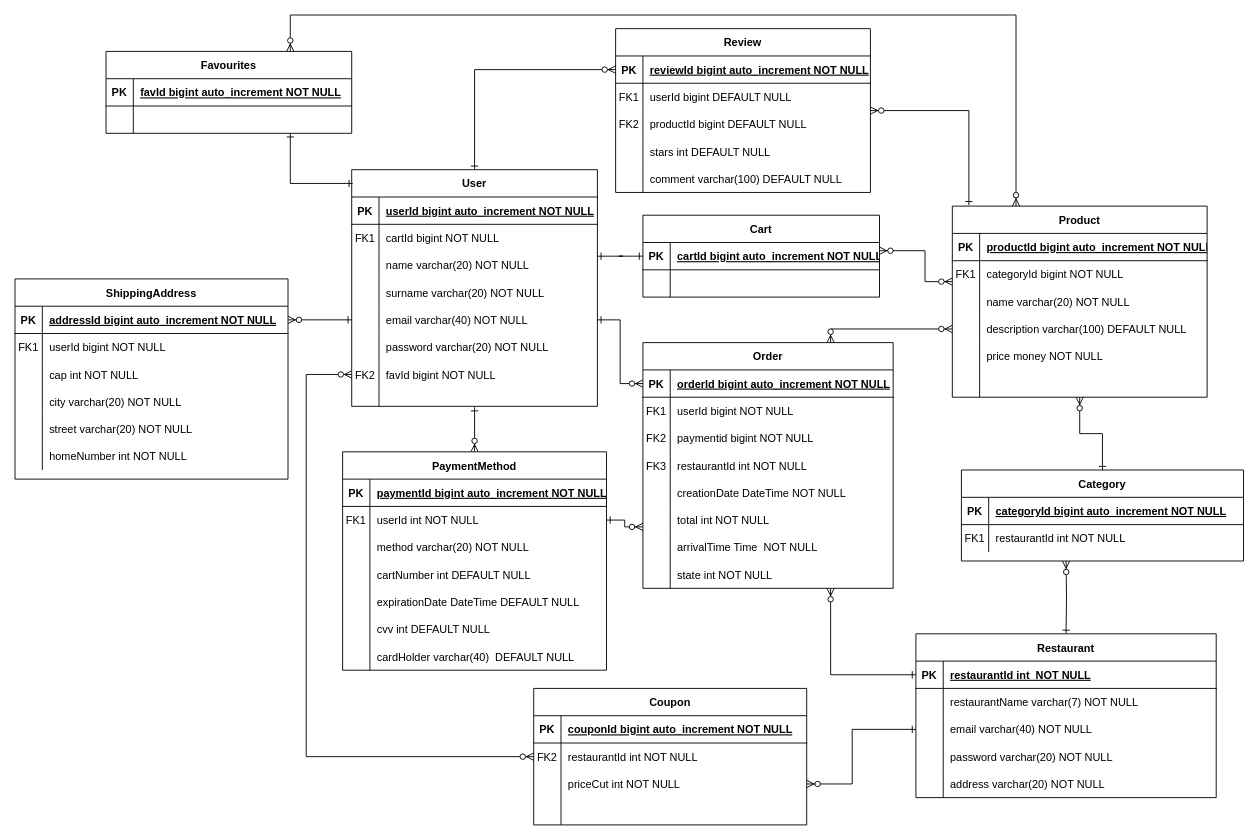
Flacaro/TasteIt keeps this draw.io diagram as documentazione/Diagrammi/Er(1).drawio. Above is the earlier version. Source tidied: cells renumbered, new cells numbered last; positions are measured from the earlier drawing's top-left corner, leaving out a move shared by most shapes. Both pictures are drawn from the tidied source at 91%, with x=0, y=0 at pixel (15, 15).
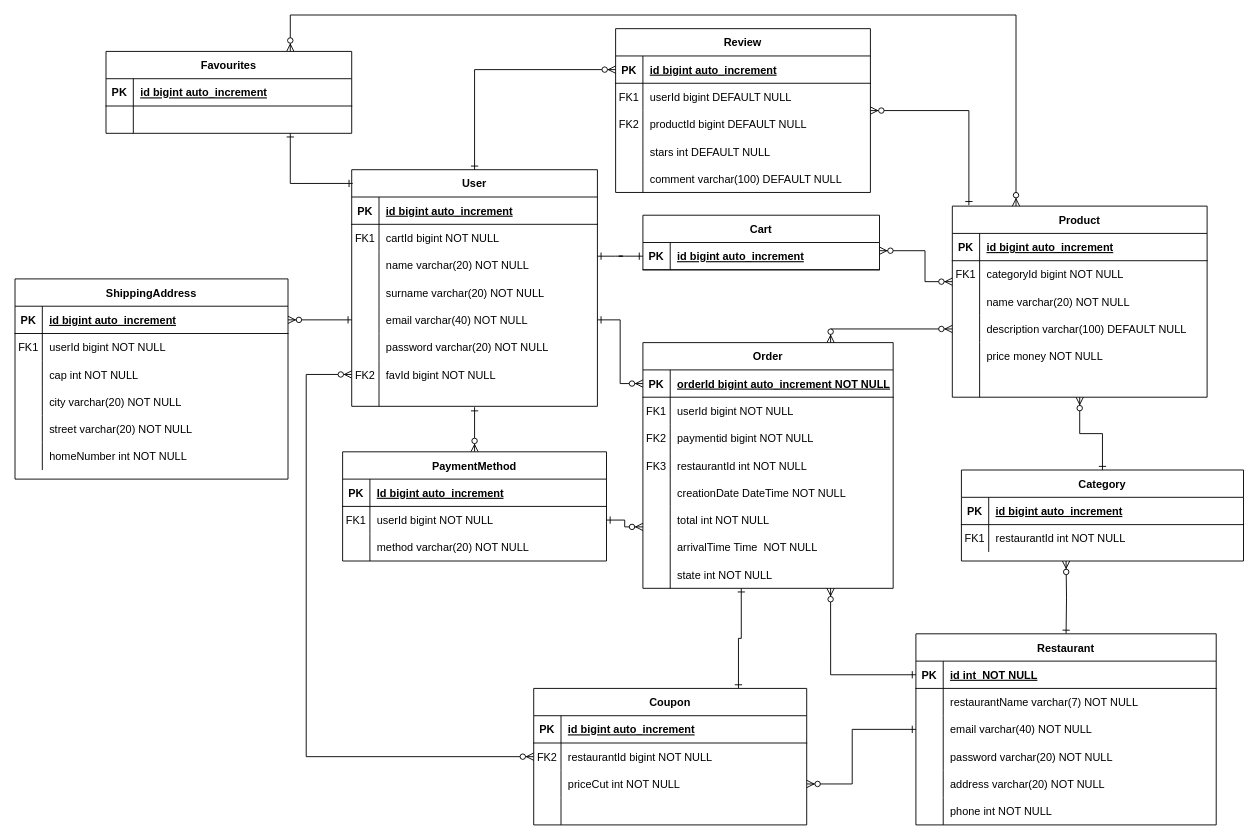
The same diagram, later.

Commit message (it also covers changes not shown here):
file database fixato

Unchanged cells that the change refers to:
```xml
<mxCell id="4" style="shape=partialRectangle;fillColor=none;top=0;left=0;right=0;bottom=1;" parent="3" vertex="1">
  <mxGeometry y="30" width="270" height="30" as="geometry" />
</mxCell>
<mxCell id="29" style="shape=partialRectangle;fillColor=none;points=[[0,0.5],[1,0.5]];portConstraint=eastwest;top=0;left=0;right=0;bottom=1;" parent="28" vertex="1">
  <mxGeometry y="30" width="260" height="30" as="geometry" />
</mxCell>
<mxCell id="37" style="shape=partialRectangle;fillColor=none;top=0;left=0;bottom=1;right=0;" parent="36" vertex="1">
  <mxGeometry y="30" width="290" height="30" as="geometry" />
</mxCell>
<mxCell id="40" style="shape=partialRectangle;fillColor=none;top=0;left=0;bottom=0;right=0;points=[[0,0.5],[1,0.5]];portConstraint=eastwest;" parent="36" vertex="1">
  <mxGeometry y="60" width="290" height="30" as="geometry" />
</mxCell>
<mxCell id="82" style="shape=partialRectangle;fillColor=none;top=0;left=0;bottom=0;right=0;points=[[0,0.5],[1,0.5]];portConstraint=eastwest;" parent="60" vertex="1">
  <mxGeometry y="240" width="275" height="30" as="geometry" />
</mxCell>
<mxCell id="88" style="shape=partialRectangle;fillColor=none;top=0;left=0;bottom=1;right=0;" parent="87" vertex="1">
  <mxGeometry y="30" width="280" height="30" as="geometry" />
</mxCell>
<mxCell id="110" style="shape=partialRectangle;fillColor=none;top=0;left=0;bottom=1;right=0;" parent="109" vertex="1">
  <mxGeometry y="30" width="310" height="30" as="geometry" />
</mxCell>
<mxCell id="117" style="shape=partialRectangle;fillColor=none;top=0;left=0;bottom=1;right=0;points=[[0,0.5],[1,0.5]];portConstraint=eastwest;" parent="116" vertex="1">
  <mxGeometry y="30" width="330" height="30" as="geometry" />
</mxCell>
<mxCell id="132" value="Coupon" style="shape=table;startSize=30;childLayout=tableLayout;rowLines=0;fontStyle=1;align=center;" parent="1" vertex="1">
  <mxGeometry x="570" y="740" width="300" height="150" as="geometry" />
</mxCell>
<mxCell id="133" style="shape=partialRectangle;fillColor=none;top=0;left=0;bottom=1;right=0;" parent="132" vertex="1">
  <mxGeometry y="30" width="300" height="30" as="geometry" />
</mxCell>
<mxCell id="136" style="shape=partialRectangle;fillColor=none;top=0;left=0;bottom=0;right=0;points=[[0,0.5],[1,0.5]];portConstraint=eastwest;" parent="132" vertex="1">
  <mxGeometry y="60" width="300" height="30" as="geometry" />
</mxCell>
<mxCell id="148" style="shape=partialRectangle;fillColor=none;top=0;left=0;bottom=1;right=0;points=[[0,0.5],[1,0.5]];portConstraint=eastwest;" parent="147" vertex="1">
  <mxGeometry y="30" width="300" height="30" as="geometry" />
</mxCell>
<mxCell id="170" style="shape=partialRectangle;fillColor=none;top=0;left=0;bottom=1;right=0;" parent="169" vertex="1">
  <mxGeometry y="30" width="270" height="30" as="geometry" />
</mxCell>
<mxCell id="178" style="shape=partialRectangle;fillColor=none;points=[[0,0.5],[1,0.5]];portConstraint=eastwest;top=0;left=0;right=0;bottom=1;" parent="177" vertex="1">
  <mxGeometry y="30" width="280" height="30" as="geometry" />
</mxCell>
```

What changed in the source:
```diff
@@
-    <mxCell id="6" value="userId bigint auto_increment NOT NULL " style="shape=partialRectangle;overflow=hidden;fillColor=none;top=0;left=0;bottom=0;right=0;align=left;spacingLeft=6;fontStyle=5;" parent="4" vertex="1">
+    <mxCell id="6" value="id bigint auto_increment " style="shape=partialRectangle;overflow=hidden;fillColor=none;top=0;left=0;bottom=0;right=0;align=left;spacingLeft=6;fontStyle=5;" parent="4" vertex="1">
       <mxGeometry x="30" width="240" height="30" as="geometry" />
     </mxCell>
@@
     <mxCell id="28" value="Cart" style="shape=table;startSize=30;childLayout=tableLayout;rowLines=0;fontStyle=1;align=center;" parent="1" vertex="1">
-      <mxGeometry x="690" y="220" width="260" height="90" as="geometry" />
+      <mxGeometry x="690" y="220" width="260" height="60" as="geometry" />
     </mxCell>
@@
-    <mxCell id="31" value="cartId bigint auto_increment NOT NULL" style="shape=partialRectangle;overflow=hidden;fillColor=none;top=0;left=0;bottom=0;right=0;align=left;spacingLeft=6;fontStyle=5;" parent="29" vertex="1">
+    <mxCell id="31" value="id bigint auto_increment" style="shape=partialRectangle;overflow=hidden;fillColor=none;top=0;left=0;bottom=0;right=0;align=left;spacingLeft=6;fontStyle=5;" parent="29" vertex="1">
       <mxGeometry x="30" width="230" height="30" as="geometry" />
     </mxCell>
-    <mxCell id="32" style="shape=partialRectangle;fillColor=none;top=0;left=0;right=0;bottom=0;" parent="28" vertex="1">
-      <mxGeometry y="60" width="260" height="30" as="geometry" />
-    </mxCell>
-    <mxCell id="33" style="shape=partialRectangle;overflow=hidden;fillColor=none;top=0;left=0;bottom=0;right=0;" parent="32" vertex="1">
-      <mxGeometry width="30" height="30" as="geometry" />
-    </mxCell>
-    <mxCell id="34" style="shape=partialRectangle;overflow=hidden;fillColor=none;top=0;left=0;bottom=0;right=0;align=left;spacingLeft=6;" parent="32" vertex="1">
-      <mxGeometry x="30" width="230" height="30" as="geometry" />
-    </mxCell>
@@
     <mxCell id="36" value="PaymentMethod" style="shape=table;startSize=30;childLayout=tableLayout;rowLines=0;fontStyle=1;align=center;" parent="1" vertex="1">
-      <mxGeometry x="360" y="480" width="290" height="240" as="geometry" />
+      <mxGeometry x="360" y="480" width="290" height="120" as="geometry" />
     </mxCell>
@@
-    <mxCell id="39" value="paymentId bigint auto_increment NOT NULL" style="shape=partialRectangle;fillColor=none;top=0;left=0;bottom=0;right=0;align=left;spacingLeft=6;fontStyle=5;overflow=hidden;" parent="37" vertex="1">
+    <mxCell id="39" value="Id bigint auto_increment" style="shape=partialRectangle;fillColor=none;top=0;left=0;bottom=0;right=0;align=left;spacingLeft=6;fontStyle=5;overflow=hidden;" parent="37" vertex="1">
       <mxGeometry x="30" width="260" height="30" as="geometry" />
     </mxCell>
@@
-    <mxCell id="42" value="userId int NOT NULL" style="shape=partialRectangle;fillColor=none;top=0;left=0;bottom=0;right=0;align=left;spacingLeft=6;overflow=hidden;" parent="40" vertex="1">
+    <mxCell id="42" value="userId bigint NOT NULL" style="shape=partialRectangle;fillColor=none;top=0;left=0;bottom=0;right=0;align=left;spacingLeft=6;overflow=hidden;" parent="40" vertex="1">
       <mxGeometry x="30" width="260" height="30" as="geometry" />
     </mxCell>
@@
-    <mxCell id="46" style="shape=partialRectangle;fillColor=none;top=0;left=0;bottom=0;right=0;" parent="36" vertex="1">
-      <mxGeometry y="120" width="290" height="30" as="geometry" />
-    </mxCell>
-    <mxCell id="47" style="shape=partialRectangle;fillColor=none;top=0;left=0;bottom=0;right=0;overflow=hidden;" parent="46" vertex="1">
-      <mxGeometry width="30" height="30" as="geometry" />
-    </mxCell>
-    <mxCell id="48" value="cartNumber int DEFAULT NULL" style="shape=partialRectangle;fillColor=none;top=0;left=0;bottom=0;right=0;align=left;spacingLeft=6;overflow=hidden;" parent="46" vertex="1">
-      <mxGeometry x="30" width="260" height="30" as="geometry" />
-    </mxCell>
-    <mxCell id="49" style="shape=partialRectangle;fillColor=none;top=0;left=0;bottom=0;right=0;" parent="36" vertex="1">
-      <mxGeometry y="150" width="290" height="30" as="geometry" />
-    </mxCell>
-    <mxCell id="50" style="shape=partialRectangle;fillColor=none;top=0;left=0;bottom=0;right=0;overflow=hidden;" parent="49" vertex="1">
-      <mxGeometry width="30" height="30" as="geometry" />
-    </mxCell>
-    <mxCell id="51" value="expirationDate DateTime DEFAULT NULL" style="shape=partialRectangle;fillColor=none;top=0;left=0;bottom=0;right=0;align=left;spacingLeft=6;overflow=hidden;" parent="49" vertex="1">
-      <mxGeometry x="30" width="260" height="30" as="geometry" />
-    </mxCell>
-    <mxCell id="52" style="shape=partialRectangle;fillColor=none;top=0;left=0;bottom=0;right=0;" parent="36" vertex="1">
-      <mxGeometry y="180" width="290" height="30" as="geometry" />
-    </mxCell>
-    <mxCell id="53" style="shape=partialRectangle;fillColor=none;top=0;left=0;bottom=0;right=0;overflow=hidden;" parent="52" vertex="1">
-      <mxGeometry width="30" height="30" as="geometry" />
-    </mxCell>
-    <mxCell id="54" value="cvv int DEFAULT NULL" style="shape=partialRectangle;fillColor=none;top=0;left=0;bottom=0;right=0;align=left;spacingLeft=6;overflow=hidden;" parent="52" vertex="1">
-      <mxGeometry x="30" width="260" height="30" as="geometry" />
-    </mxCell>
-    <mxCell id="55" style="shape=partialRectangle;fillColor=none;top=0;left=0;bottom=0;right=0;" parent="36" vertex="1">
-      <mxGeometry y="210" width="290" height="30" as="geometry" />
-    </mxCell>
-    <mxCell id="56" style="shape=partialRectangle;fillColor=none;top=0;left=0;bottom=0;right=0;overflow=hidden;" parent="55" vertex="1">
-      <mxGeometry width="30" height="30" as="geometry" />
-    </mxCell>
-    <mxCell id="57" value="cardHolder varchar(40)  DEFAULT NULL" style="shape=partialRectangle;fillColor=none;top=0;left=0;bottom=0;right=0;align=left;spacingLeft=6;overflow=hidden;" parent="55" vertex="1">
-      <mxGeometry x="30" width="260" height="30" as="geometry" />
-    </mxCell>
@@
-    <mxCell id="90" value="productId bigint auto_increment NOT NULL" style="shape=partialRectangle;fillColor=none;top=0;left=0;bottom=0;right=0;align=left;spacingLeft=6;fontStyle=5;overflow=hidden;" parent="88" vertex="1">
+    <mxCell id="90" value="id bigint auto_increment" style="shape=partialRectangle;fillColor=none;top=0;left=0;bottom=0;right=0;align=left;spacingLeft=6;fontStyle=5;overflow=hidden;" parent="88" vertex="1">
       <mxGeometry x="30" width="250" height="30" as="geometry" />
     </mxCell>
@@
-    <mxCell id="112" value="categoryId bigint auto_increment NOT NULL" style="shape=partialRectangle;fillColor=none;top=0;left=0;bottom=0;right=0;align=left;spacingLeft=6;fontStyle=5;overflow=hidden;" parent="110" vertex="1">
+    <mxCell id="112" value="id bigint auto_increment" style="shape=partialRectangle;fillColor=none;top=0;left=0;bottom=0;right=0;align=left;spacingLeft=6;fontStyle=5;overflow=hidden;" parent="110" vertex="1">
       <mxGeometry x="30" width="280" height="30" as="geometry" />
     </mxCell>
@@
     <mxCell id="116" value="Restaurant" style="shape=table;startSize=30;childLayout=tableLayout;rowLines=0;fontStyle=1;align=center;" parent="1" vertex="1">
-      <mxGeometry x="990" y="680" width="330" height="180" as="geometry" />
+      <mxGeometry x="990" y="680" width="330" height="210" as="geometry" />
     </mxCell>
@@
-    <mxCell id="119" value="restaurantId int  NOT NULL" style="shape=partialRectangle;fillColor=none;top=0;left=0;bottom=0;right=0;align=left;spacingLeft=6;fontStyle=5;overflow=hidden;" parent="117" vertex="1">
+    <mxCell id="119" value="id int  NOT NULL" style="shape=partialRectangle;fillColor=none;top=0;left=0;bottom=0;right=0;align=left;spacingLeft=6;fontStyle=5;overflow=hidden;" parent="117" vertex="1">
       <mxGeometry x="30" width="300" height="30" as="geometry" />
     </mxCell>
@@
+    <mxCell id="194" style="shape=partialRectangle;fillColor=none;top=0;left=0;bottom=0;right=0;" parent="116" vertex="1">
+      <mxGeometry y="180" width="330" height="30" as="geometry" />
+    </mxCell>
+    <mxCell id="195" style="shape=partialRectangle;fillColor=none;top=0;left=0;bottom=0;right=0;overflow=hidden;" parent="194" vertex="1">
+      <mxGeometry width="30" height="30" as="geometry" />
+    </mxCell>
+    <mxCell id="196" value="phone int NOT NULL" style="shape=partialRectangle;fillColor=none;top=0;left=0;bottom=0;right=0;align=left;spacingLeft=6;overflow=hidden;" parent="194" vertex="1">
+      <mxGeometry x="30" width="300" height="30" as="geometry" />
+    </mxCell>
+    <mxCell id="197" style="edgeStyle=orthogonalEdgeStyle;rounded=0;jettySize=auto;html=1;exitX=0.75;exitY=0;exitDx=0;exitDy=0;entryX=0.393;entryY=1;entryDx=0;entryDy=0;entryPerimeter=0;startArrow=ERone;startFill=0;endArrow=ERone;endFill=0;" parent="1" edge="1" source="132" target="82">
+      <mxGeometry relative="1" as="geometry" />
+    </mxCell>
@@
-    <mxCell id="135" value="couponId bigint auto_increment NOT NULL" style="shape=partialRectangle;fillColor=none;top=0;left=0;bottom=0;right=0;align=left;spacingLeft=6;fontStyle=5;overflow=hidden;" parent="133" vertex="1">
+    <mxCell id="135" value="id bigint auto_increment" style="shape=partialRectangle;fillColor=none;top=0;left=0;bottom=0;right=0;align=left;spacingLeft=6;fontStyle=5;overflow=hidden;" parent="133" vertex="1">
       <mxGeometry x="30" width="270" height="30" as="geometry" />
     </mxCell>
@@
-    <mxCell id="138" value="restaurantId int NOT NULL" style="shape=partialRectangle;fillColor=none;top=0;left=0;bottom=0;right=0;align=left;spacingLeft=6;overflow=hidden;" parent="136" vertex="1">
+    <mxCell id="138" value="restaurantId bigint NOT NULL" style="shape=partialRectangle;fillColor=none;top=0;left=0;bottom=0;right=0;align=left;spacingLeft=6;overflow=hidden;" parent="136" vertex="1">
       <mxGeometry x="30" width="270" height="30" as="geometry" />
     </mxCell>
@@
-    <mxCell id="150" value="addressId bigint auto_increment NOT NULL" style="shape=partialRectangle;fillColor=none;top=0;left=0;bottom=0;right=0;align=left;spacingLeft=6;fontStyle=5;overflow=hidden;" parent="148" vertex="1">
+    <mxCell id="150" value="id bigint auto_increment " style="shape=partialRectangle;fillColor=none;top=0;left=0;bottom=0;right=0;align=left;spacingLeft=6;fontStyle=5;overflow=hidden;" parent="148" vertex="1">
       <mxGeometry x="30" width="270" height="30" as="geometry" />
     </mxCell>
@@
-    <mxCell id="172" value="favId bigint auto_increment NOT NULL" style="shape=partialRectangle;fillColor=none;top=0;left=0;bottom=0;right=0;align=left;spacingLeft=6;fontStyle=5;overflow=hidden;" parent="170" vertex="1">
+    <mxCell id="172" value="id bigint auto_increment" style="shape=partialRectangle;fillColor=none;top=0;left=0;bottom=0;right=0;align=left;spacingLeft=6;fontStyle=5;overflow=hidden;" parent="170" vertex="1">
       <mxGeometry x="30" width="240" height="30" as="geometry" />
     </mxCell>
@@
-    <mxCell id="180" value="reviewId bigint auto_increment NOT NULL" style="shape=partialRectangle;overflow=hidden;fillColor=none;top=0;left=0;bottom=0;right=0;align=left;spacingLeft=6;fontStyle=5;" parent="178" vertex="1">
+    <mxCell id="180" value="id bigint auto_increment" style="shape=partialRectangle;overflow=hidden;fillColor=none;top=0;left=0;bottom=0;right=0;align=left;spacingLeft=6;fontStyle=5;" parent="178" vertex="1">
       <mxGeometry x="30" width="250" height="30" as="geometry" />
     </mxCell>
```
